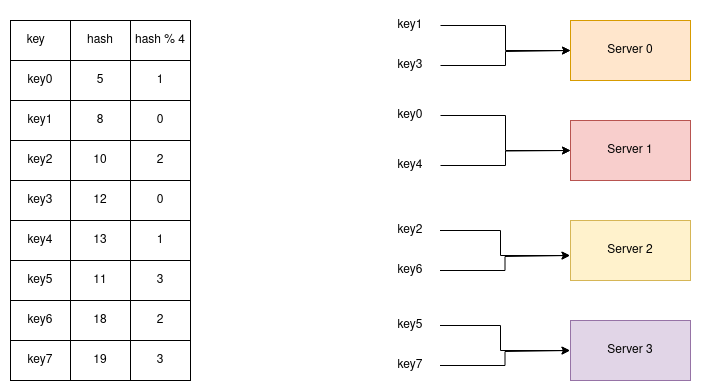
Earlier version of the draw.io export docs/assets/basic_hashing.drawio.png (da0p/GithubPage). Source tidied: cells renumbered, new cells last; positions are measured from the earlier drawing's top-left corner, leaving out a move shared by most shapes.
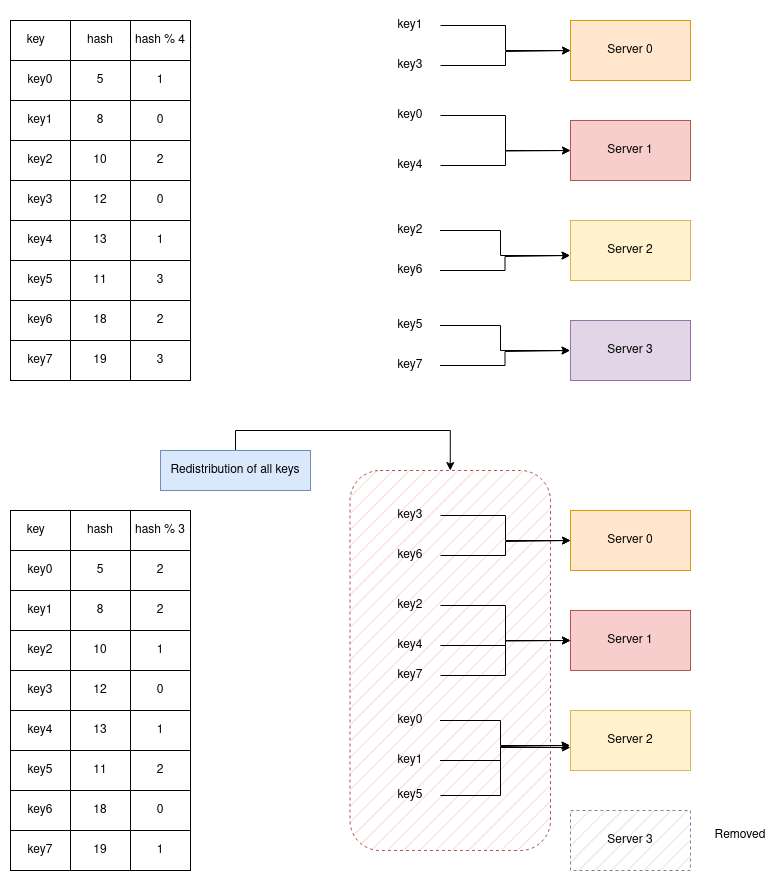
After the change.

What changed in the source:
```diff
@@ -2,6 +2,9 @@
   <root>
     <mxCell id="0" />
     <mxCell id="1" parent="0" />
+    <mxCell id="59" style="rounded=1;whiteSpace=wrap;html=1;dashed=1;fillStyle=hatch;fillColor=#f8cecc;strokeColor=#b85450;" parent="1" vertex="1">
+      <mxGeometry x="339.5" y="460" width="200.5" height="380" as="geometry" />
+    </mxCell>
     <mxCell id="2" style="shape=table;startSize=0;" parent="1" vertex="1">
       <mxGeometry y="10" width="180" height="360" as="geometry" />
     </mxCell>
@@ -205,5 +208,210 @@
     <mxCell id="58" value="key7" style="text;html=1;align=center;verticalAlign=middle;whiteSpace=wrap;rounded=0;" parent="1" vertex="1">
       <mxGeometry x="369.5" y="340" width="60" height="30" as="geometry" />
     </mxCell>
+    <mxCell id="60" style="shape=table;startSize=0;" parent="1" vertex="1">
+      <mxGeometry y="500" width="180" height="360" as="geometry" />
+    </mxCell>
+    <mxCell id="61" style="shape=tableRow;horizontal=0;startSize=0;swimlaneHead=0;swimlaneBody=0;strokeColor=inherit;top=0;left=0;bottom=0;right=0;fillColor=none;" parent="60" vertex="1">
+      <mxGeometry width="180" height="40" as="geometry" />
+    </mxCell>
+    <mxCell id="62" value="key&lt;span style=&quot;white-space: pre;&quot;&gt;&#9;&lt;/span&gt;" style="shape=partialRectangle;html=1;whiteSpace=wrap;strokeColor=inherit;overflow=hidden;fillColor=none;top=0;left=0;bottom=0;right=0;" parent="61" vertex="1">
+      <mxGeometry width="60" height="40" as="geometry" />
+    </mxCell>
+    <mxCell id="63" value="hash" style="shape=partialRectangle;html=1;whiteSpace=wrap;strokeColor=inherit;overflow=hidden;fillColor=none;top=0;left=0;bottom=0;right=0;" parent="61" vertex="1">
+      <mxGeometry x="60" width="60" height="40" as="geometry" />
+    </mxCell>
+    <mxCell id="64" value="hash % 3" style="shape=partialRectangle;html=1;whiteSpace=wrap;strokeColor=inherit;overflow=hidden;fillColor=none;top=0;left=0;bottom=0;right=0;" parent="61" vertex="1">
+      <mxGeometry x="120" width="60" height="40" as="geometry" />
+    </mxCell>
+    <mxCell id="65" style="shape=tableRow;horizontal=0;startSize=0;swimlaneHead=0;swimlaneBody=0;strokeColor=inherit;top=0;left=0;bottom=0;right=0;fillColor=none;" parent="60" vertex="1">
+      <mxGeometry y="40" width="180" height="40" as="geometry" />
+    </mxCell>
+    <mxCell id="66" value="key0" style="shape=partialRectangle;html=1;whiteSpace=wrap;strokeColor=inherit;overflow=hidden;fillColor=none;top=0;left=0;bottom=0;right=0;" parent="65" vertex="1">
+      <mxGeometry width="60" height="40" as="geometry" />
+    </mxCell>
+    <mxCell id="67" value="5" style="shape=partialRectangle;html=1;whiteSpace=wrap;strokeColor=inherit;overflow=hidden;fillColor=none;top=0;left=0;bottom=0;right=0;" parent="65" vertex="1">
+      <mxGeometry x="60" width="60" height="40" as="geometry" />
+    </mxCell>
+    <mxCell id="68" value="2" style="shape=partialRectangle;html=1;whiteSpace=wrap;strokeColor=inherit;overflow=hidden;fillColor=none;top=0;left=0;bottom=0;right=0;" parent="65" vertex="1">
+      <mxGeometry x="120" width="60" height="40" as="geometry" />
+    </mxCell>
+    <mxCell id="69" style="shape=tableRow;horizontal=0;startSize=0;swimlaneHead=0;swimlaneBody=0;strokeColor=inherit;top=0;left=0;bottom=0;right=0;fillColor=none;" parent="60" vertex="1">
+      <mxGeometry y="80" width="180" height="40" as="geometry" />
+    </mxCell>
+    <mxCell id="70" value="key1" style="shape=partialRectangle;html=1;whiteSpace=wrap;strokeColor=inherit;overflow=hidden;fillColor=none;top=0;left=0;bottom=0;right=0;" parent="69" vertex="1">
+      <mxGeometry width="60" height="40" as="geometry" />
+    </mxCell>
+    <mxCell id="71" value="8" style="shape=partialRectangle;html=1;whiteSpace=wrap;strokeColor=inherit;overflow=hidden;fillColor=none;top=0;left=0;bottom=0;right=0;" parent="69" vertex="1">
+      <mxGeometry x="60" width="60" height="40" as="geometry" />
+    </mxCell>
+    <mxCell id="72" value="2" style="shape=partialRectangle;html=1;whiteSpace=wrap;strokeColor=inherit;overflow=hidden;fillColor=none;top=0;left=0;bottom=0;right=0;" parent="69" vertex="1">
+      <mxGeometry x="120" width="60" height="40" as="geometry" />
+    </mxCell>
+    <mxCell id="73" style="shape=tableRow;horizontal=0;startSize=0;swimlaneHead=0;swimlaneBody=0;strokeColor=inherit;top=0;left=0;bottom=0;right=0;fillColor=none;" parent="60" vertex="1">
+      <mxGeometry y="120" width="180" height="40" as="geometry" />
+    </mxCell>
+    <mxCell id="74" value="key2" style="shape=partialRectangle;html=1;whiteSpace=wrap;strokeColor=inherit;overflow=hidden;fillColor=none;top=0;left=0;bottom=0;right=0;" parent="73" vertex="1">
+      <mxGeometry width="60" height="40" as="geometry" />
+    </mxCell>
+    <mxCell id="75" value="10" style="shape=partialRectangle;html=1;whiteSpace=wrap;strokeColor=inherit;overflow=hidden;fillColor=none;top=0;left=0;bottom=0;right=0;" parent="73" vertex="1">
+      <mxGeometry x="60" width="60" height="40" as="geometry" />
+    </mxCell>
+    <mxCell id="76" value="1" style="shape=partialRectangle;html=1;whiteSpace=wrap;strokeColor=inherit;overflow=hidden;fillColor=none;top=0;left=0;bottom=0;right=0;" parent="73" vertex="1">
+      <mxGeometry x="120" width="60" height="40" as="geometry" />
+    </mxCell>
+    <mxCell id="77" style="shape=tableRow;horizontal=0;startSize=0;swimlaneHead=0;swimlaneBody=0;strokeColor=inherit;top=0;left=0;bottom=0;right=0;fillColor=none;" parent="60" vertex="1">
+      <mxGeometry y="160" width="180" height="40" as="geometry" />
+    </mxCell>
+    <mxCell id="78" value="key3" style="shape=partialRectangle;html=1;whiteSpace=wrap;strokeColor=inherit;overflow=hidden;fillColor=none;top=0;left=0;bottom=0;right=0;" parent="77" vertex="1">
+      <mxGeometry width="60" height="40" as="geometry" />
+    </mxCell>
+    <mxCell id="79" value="12" style="shape=partialRectangle;html=1;whiteSpace=wrap;strokeColor=inherit;overflow=hidden;fillColor=none;top=0;left=0;bottom=0;right=0;" parent="77" vertex="1">
+      <mxGeometry x="60" width="60" height="40" as="geometry" />
+    </mxCell>
+    <mxCell id="80" value="0" style="shape=partialRectangle;html=1;whiteSpace=wrap;strokeColor=inherit;overflow=hidden;fillColor=none;top=0;left=0;bottom=0;right=0;" parent="77" vertex="1">
+      <mxGeometry x="120" width="60" height="40" as="geometry" />
+    </mxCell>
+    <mxCell id="81" style="shape=tableRow;horizontal=0;startSize=0;swimlaneHead=0;swimlaneBody=0;strokeColor=inherit;top=0;left=0;bottom=0;right=0;fillColor=none;" parent="60" vertex="1">
+      <mxGeometry y="200" width="180" height="40" as="geometry" />
+    </mxCell>
+    <mxCell id="82" value="key4" style="shape=partialRectangle;html=1;whiteSpace=wrap;strokeColor=inherit;overflow=hidden;fillColor=none;top=0;left=0;bottom=0;right=0;" parent="81" vertex="1">
+      <mxGeometry width="60" height="40" as="geometry" />
+    </mxCell>
+    <mxCell id="83" value="13" style="shape=partialRectangle;html=1;whiteSpace=wrap;strokeColor=inherit;overflow=hidden;fillColor=none;top=0;left=0;bottom=0;right=0;" parent="81" vertex="1">
+      <mxGeometry x="60" width="60" height="40" as="geometry" />
+    </mxCell>
+    <mxCell id="84" value="1" style="shape=partialRectangle;html=1;whiteSpace=wrap;strokeColor=inherit;overflow=hidden;fillColor=none;top=0;left=0;bottom=0;right=0;" parent="81" vertex="1">
+      <mxGeometry x="120" width="60" height="40" as="geometry" />
+    </mxCell>
+    <mxCell id="85" style="shape=tableRow;horizontal=0;startSize=0;swimlaneHead=0;swimlaneBody=0;strokeColor=inherit;top=0;left=0;bottom=0;right=0;fillColor=none;" parent="60" vertex="1">
+      <mxGeometry y="240" width="180" height="40" as="geometry" />
+    </mxCell>
+    <mxCell id="86" value="key5" style="shape=partialRectangle;html=1;whiteSpace=wrap;strokeColor=inherit;overflow=hidden;fillColor=none;top=0;left=0;bottom=0;right=0;" parent="85" vertex="1">
+      <mxGeometry width="60" height="40" as="geometry" />
+    </mxCell>
+    <mxCell id="87" value="11" style="shape=partialRectangle;html=1;whiteSpace=wrap;strokeColor=inherit;overflow=hidden;fillColor=none;top=0;left=0;bottom=0;right=0;" parent="85" vertex="1">
+      <mxGeometry x="60" width="60" height="40" as="geometry" />
+    </mxCell>
+    <mxCell id="88" value="2" style="shape=partialRectangle;html=1;whiteSpace=wrap;strokeColor=inherit;overflow=hidden;fillColor=none;top=0;left=0;bottom=0;right=0;" parent="85" vertex="1">
+      <mxGeometry x="120" width="60" height="40" as="geometry" />
+    </mxCell>
+    <mxCell id="89" style="shape=tableRow;horizontal=0;startSize=0;swimlaneHead=0;swimlaneBody=0;strokeColor=inherit;top=0;left=0;bottom=0;right=0;fillColor=none;" parent="60" vertex="1">
+      <mxGeometry y="280" width="180" height="40" as="geometry" />
+    </mxCell>
+    <mxCell id="90" value="key6" style="shape=partialRectangle;html=1;whiteSpace=wrap;strokeColor=inherit;overflow=hidden;fillColor=none;top=0;left=0;bottom=0;right=0;" parent="89" vertex="1">
+      <mxGeometry width="60" height="40" as="geometry" />
+    </mxCell>
+    <mxCell id="91" value="18" style="shape=partialRectangle;html=1;whiteSpace=wrap;strokeColor=inherit;overflow=hidden;fillColor=none;top=0;left=0;bottom=0;right=0;" parent="89" vertex="1">
+      <mxGeometry x="60" width="60" height="40" as="geometry" />
+    </mxCell>
+    <mxCell id="92" value="0" style="shape=partialRectangle;html=1;whiteSpace=wrap;strokeColor=inherit;overflow=hidden;fillColor=none;top=0;left=0;bottom=0;right=0;" parent="89" vertex="1">
+      <mxGeometry x="120" width="60" height="40" as="geometry" />
+    </mxCell>
+    <mxCell id="93" style="shape=tableRow;horizontal=0;startSize=0;swimlaneHead=0;swimlaneBody=0;strokeColor=inherit;top=0;left=0;bottom=0;right=0;fillColor=none;" parent="60" vertex="1">
+      <mxGeometry y="320" width="180" height="40" as="geometry" />
+    </mxCell>
+    <mxCell id="94" value="key7" style="shape=partialRectangle;html=1;whiteSpace=wrap;strokeColor=inherit;overflow=hidden;fillColor=none;top=0;left=0;bottom=0;right=0;" parent="93" vertex="1">
+      <mxGeometry width="60" height="40" as="geometry" />
+    </mxCell>
+    <mxCell id="95" value="19" style="shape=partialRectangle;html=1;whiteSpace=wrap;strokeColor=inherit;overflow=hidden;fillColor=none;top=0;left=0;bottom=0;right=0;" parent="93" vertex="1">
+      <mxGeometry x="60" width="60" height="40" as="geometry" />
+    </mxCell>
+    <mxCell id="96" value="1" style="shape=partialRectangle;html=1;whiteSpace=wrap;strokeColor=inherit;overflow=hidden;fillColor=none;top=0;left=0;bottom=0;right=0;" parent="93" vertex="1">
+      <mxGeometry x="120" width="60" height="40" as="geometry" />
+    </mxCell>
+    <mxCell id="97" value="Server 0" style="rounded=0;whiteSpace=wrap;html=1;fillColor=#ffe6cc;strokeColor=#d79b00;" parent="1" vertex="1">
+      <mxGeometry x="560" y="500" width="120" height="60" as="geometry" />
+    </mxCell>
+    <mxCell id="98" value="Server 1" style="rounded=0;whiteSpace=wrap;html=1;fillColor=#f8cecc;strokeColor=#b85450;" parent="1" vertex="1">
+      <mxGeometry x="560" y="600" width="120" height="60" as="geometry" />
+    </mxCell>
+    <mxCell id="99" value="Server 2" style="rounded=0;whiteSpace=wrap;html=1;fillColor=#fff2cc;strokeColor=#d6b656;" parent="1" vertex="1">
+      <mxGeometry x="560" y="700" width="120" height="60" as="geometry" />
+    </mxCell>
+    <mxCell id="100" value="Server 3" style="rounded=0;whiteSpace=wrap;html=1;fillColor=#e1d5e7;strokeColor=#9673a6;dashed=1;fillStyle=hatch;" parent="1" vertex="1">
+      <mxGeometry x="560" y="800" width="120" height="60" as="geometry" />
+    </mxCell>
+    <mxCell id="101" style="edgeStyle=orthogonalEdgeStyle;rounded=0;jettySize=auto;html=1;exitX=1;exitY=0.5;exitDx=0;exitDy=0;entryX=0;entryY=0.5;entryDx=0;entryDy=0;" parent="1" edge="1" source="102" target="97">
+      <mxGeometry relative="1" as="geometry" />
+    </mxCell>
+    <mxCell id="102" value="key3" style="text;html=1;align=center;verticalAlign=middle;whiteSpace=wrap;rounded=0;" parent="1" vertex="1">
+      <mxGeometry x="370" y="490" width="60" height="30" as="geometry" />
+    </mxCell>
+    <mxCell id="103" style="edgeStyle=orthogonalEdgeStyle;rounded=0;jettySize=auto;html=1;exitX=1;exitY=0.5;exitDx=0;exitDy=0;" parent="1" edge="1" source="104">
+      <mxGeometry relative="1" as="geometry">
+        <mxPoint x="560" y="530" as="targetPoint" />
+        <Array as="points">
+          <mxPoint x="495" y="545" />
+          <mxPoint x="495" y="531" />
+        </Array>
+      </mxGeometry>
+    </mxCell>
+    <mxCell id="104" value="key6" style="text;html=1;align=center;verticalAlign=middle;whiteSpace=wrap;rounded=0;" parent="1" vertex="1">
+      <mxGeometry x="370" y="530" width="60" height="30" as="geometry" />
+    </mxCell>
+    <mxCell id="105" style="edgeStyle=orthogonalEdgeStyle;rounded=0;jettySize=auto;html=1;exitX=1;exitY=0.5;exitDx=0;exitDy=0;entryX=0;entryY=0.5;entryDx=0;entryDy=0;" parent="1" edge="1" source="106" target="98">
+      <mxGeometry relative="1" as="geometry" />
+    </mxCell>
+    <mxCell id="106" value="key2" style="text;html=1;align=center;verticalAlign=middle;whiteSpace=wrap;rounded=0;" parent="1" vertex="1">
+      <mxGeometry x="370" y="580" width="60" height="30" as="geometry" />
+    </mxCell>
+    <mxCell id="107" style="edgeStyle=orthogonalEdgeStyle;rounded=0;jettySize=auto;html=1;" parent="1" edge="1" source="108">
+      <mxGeometry relative="1" as="geometry">
+        <mxPoint x="560" y="630" as="targetPoint" />
+      </mxGeometry>
+    </mxCell>
+    <mxCell id="108" value="key4" style="text;html=1;align=center;verticalAlign=middle;whiteSpace=wrap;rounded=0;" parent="1" vertex="1">
+      <mxGeometry x="370" y="620" width="60" height="30" as="geometry" />
+    </mxCell>
+    <mxCell id="109" style="edgeStyle=orthogonalEdgeStyle;rounded=0;jettySize=auto;html=1;exitX=1;exitY=0.5;exitDx=0;exitDy=0;entryX=0;entryY=0.5;entryDx=0;entryDy=0;" parent="1" edge="1" source="110">
+      <mxGeometry relative="1" as="geometry">
+        <mxPoint x="559.5" y="735" as="targetPoint" />
+        <Array as="points">
+          <mxPoint x="490" y="710" />
+          <mxPoint x="490" y="735" />
+        </Array>
+      </mxGeometry>
+    </mxCell>
+    <mxCell id="110" value="key0" style="text;html=1;align=center;verticalAlign=middle;whiteSpace=wrap;rounded=0;" parent="1" vertex="1">
+      <mxGeometry x="369.5" y="695" width="60" height="30" as="geometry" />
+    </mxCell>
+    <mxCell id="111" style="edgeStyle=orthogonalEdgeStyle;rounded=0;jettySize=auto;html=1;exitX=1;exitY=0.5;exitDx=0;exitDy=0;" parent="1" edge="1" source="112">
+      <mxGeometry relative="1" as="geometry">
+        <mxPoint x="559.5" y="735" as="targetPoint" />
+        <Array as="points">
+          <mxPoint x="490" y="750" />
+          <mxPoint x="490" y="736" />
+        </Array>
+      </mxGeometry>
+    </mxCell>
+    <mxCell id="112" value="key1" style="text;html=1;align=center;verticalAlign=middle;whiteSpace=wrap;rounded=0;" parent="1" vertex="1">
+      <mxGeometry x="369.5" y="735" width="60" height="30" as="geometry" />
+    </mxCell>
+    <mxCell id="113" value="Removed" style="text;html=1;align=center;verticalAlign=middle;whiteSpace=wrap;rounded=0;" parent="1" vertex="1">
+      <mxGeometry x="700" y="810" width="60" height="30" as="geometry" />
+    </mxCell>
+    <mxCell id="114" value="key5" style="text;html=1;align=center;verticalAlign=middle;whiteSpace=wrap;rounded=0;" parent="1" vertex="1">
+      <mxGeometry x="370" y="770" width="60" height="30" as="geometry" />
+    </mxCell>
+    <mxCell id="115" style="edgeStyle=orthogonalEdgeStyle;rounded=0;jettySize=auto;html=1;exitX=1;exitY=0.5;exitDx=0;exitDy=0;entryX=0;entryY=0.617;entryDx=0;entryDy=0;entryPerimeter=0;" parent="1" edge="1" source="114" target="99">
+      <mxGeometry relative="1" as="geometry">
+        <Array as="points">
+          <mxPoint x="490" y="785" />
+          <mxPoint x="490" y="737" />
+        </Array>
+      </mxGeometry>
+    </mxCell>
+    <mxCell id="116" style="edgeStyle=orthogonalEdgeStyle;rounded=0;jettySize=auto;html=1;entryX=0;entryY=0.5;entryDx=0;entryDy=0;" parent="1" edge="1" source="117" target="98">
+      <mxGeometry relative="1" as="geometry" />
+    </mxCell>
+    <mxCell id="117" value="key7" style="text;html=1;align=center;verticalAlign=middle;whiteSpace=wrap;rounded=0;" parent="1" vertex="1">
+      <mxGeometry x="370" y="650" width="60" height="30" as="geometry" />
+    </mxCell>
+    <mxCell id="118" style="edgeStyle=orthogonalEdgeStyle;rounded=0;jettySize=auto;html=1;entryX=0.5;entryY=0;entryDx=0;entryDy=0;exitX=0.5;exitY=0;exitDx=0;exitDy=0;" parent="1" edge="1" source="119" target="59">
+      <mxGeometry relative="1" as="geometry" />
+    </mxCell>
+    <mxCell id="119" value="Redistribution of all keys" style="text;html=1;align=center;verticalAlign=middle;whiteSpace=wrap;rounded=0;fillColor=#dae8fc;strokeColor=#6c8ebf;" parent="1" vertex="1">
+      <mxGeometry x="150" y="440" width="150" height="40" as="geometry" />
+    </mxCell>
   </root>
 </mxGraphModel>
```
